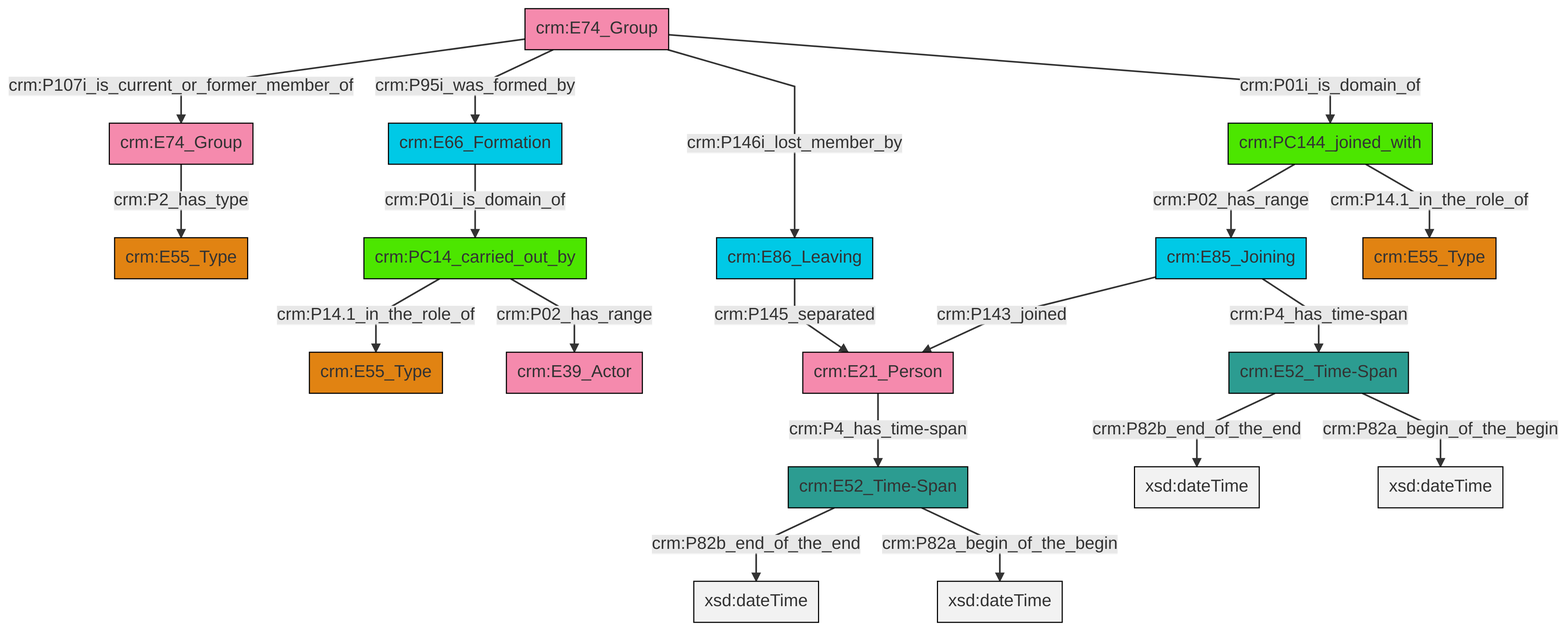
The Mermaid diagram et/groupCSV/ttl/mmd/png/group_actor_relations.png in swiss-art-research-net/reference-data-models, before a commit. Its source is kept beside it as et/groupCSV/ttl/mmd/group_actor_relations.ttl.mmd.
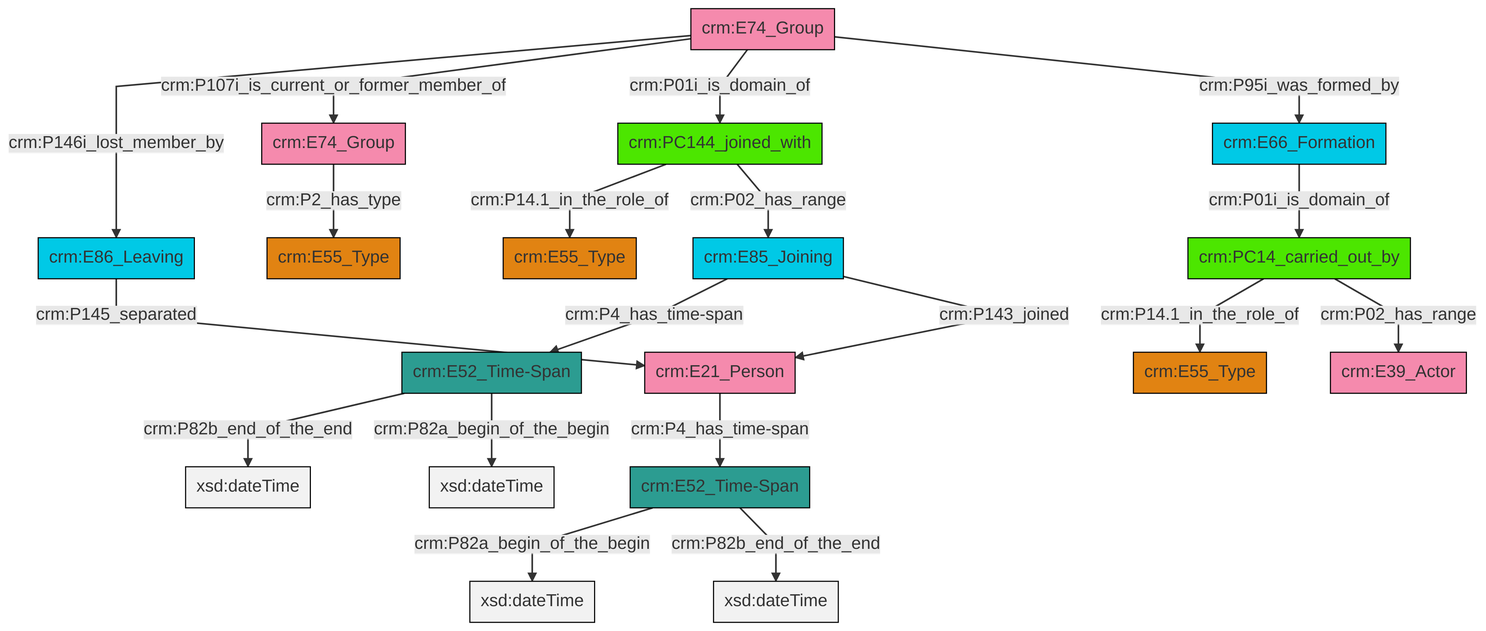
The same file after the commit.

The edit, as a diff of the source:
```diff
@@ -13,21 +13,21 @@
 classDef PC_Classes fill:#4ce600, stroke:#000000;
 classDef Multi fill:#cccccc,stroke:#000000;
 
-0["crm:E74_Group"]:::Actor -->|crm:P107i_is_current_or_former_member_of| 1["crm:E74_Group"]:::Actor
-2["crm:E85_Joining"]:::Temporal_Entity -->|crm:P143_joined| 3["crm:E21_Person"]:::Actor
-4["crm:PC144_joined_with"]:::PC_Classes -->|crm:P02_has_range| 2["crm:E85_Joining"]:::Temporal_Entity
-0["crm:E74_Group"]:::Actor -->|crm:P95i_was_formed_by| 5["crm:E66_Formation"]:::Temporal_Entity
-6["crm:PC14_carried_out_by"]:::PC_Classes -->|crm:P14.1_in_the_role_of| 7["crm:E55_Type"]:::Type
-0["crm:E74_Group"]:::Actor -->|crm:P146i_lost_member_by| 8["crm:E86_Leaving"]:::Temporal_Entity
-9["crm:E52_Time-Span"]:::Time-Span -->|crm:P82b_end_of_the_end| 10[xsd:dateTime]:::Literal
-8["crm:E86_Leaving"]:::Temporal_Entity -->|crm:P145_separated| 3["crm:E21_Person"]:::Actor
-3["crm:E21_Person"]:::Actor -->|crm:P4_has_time-span| 14["crm:E52_Time-Span"]:::Time-Span
-14["crm:E52_Time-Span"]:::Time-Span -->|crm:P82b_end_of_the_end| 16[xsd:dateTime]:::Literal
-0["crm:E74_Group"]:::Actor -->|crm:P01i_is_domain_of| 4["crm:PC144_joined_with"]:::PC_Classes
-1["crm:E74_Group"]:::Actor -->|crm:P2_has_type| 17["crm:E55_Type"]:::Type
-6["crm:PC14_carried_out_by"]:::PC_Classes -->|crm:P02_has_range| 19["crm:E39_Actor"]:::Actor
-5["crm:E66_Formation"]:::Temporal_Entity -->|crm:P01i_is_domain_of| 6["crm:PC14_carried_out_by"]:::PC_Classes
-9["crm:E52_Time-Span"]:::Time-Span -->|crm:P82a_begin_of_the_begin| 22[xsd:dateTime]:::Literal
-14["crm:E52_Time-Span"]:::Time-Span -->|crm:P82a_begin_of_the_begin| 25[xsd:dateTime]:::Literal
-2["crm:E85_Joining"]:::Temporal_Entity -->|crm:P4_has_time-span| 9["crm:E52_Time-Span"]:::Time-Span
-4["crm:PC144_joined_with"]:::PC_Classes -->|crm:P14.1_in_the_role_of| 23["crm:E55_Type"]:::Type
+6["crm:PC14_carried_out_by"]:::PC_Classes -->|crm:P14.1_in_the_role_of| 4["crm:E55_Type"]:::Type
+9["crm:E66_Formation"]:::Temporal_Entity -->|crm:P01i_is_domain_of| 6["crm:PC14_carried_out_by"]:::PC_Classes
+14["crm:PC144_joined_with"]:::PC_Classes -->|crm:P14.1_in_the_role_of| 2["crm:E55_Type"]:::Type
+15["crm:E74_Group"]:::Actor -->|crm:P146i_lost_member_by| 16["crm:E86_Leaving"]:::Temporal_Entity
+0["crm:E52_Time-Span"]:::Time-Span -->|crm:P82b_end_of_the_end| 19[xsd:dateTime]:::Literal
+0["crm:E52_Time-Span"]:::Time-Span -->|crm:P82a_begin_of_the_begin| 20[xsd:dateTime]:::Literal
+21["crm:E21_Person"]:::Actor -->|crm:P4_has_time-span| 10["crm:E52_Time-Span"]:::Time-Span
+7["crm:E85_Joining"]:::Temporal_Entity -->|crm:P4_has_time-span| 0["crm:E52_Time-Span"]:::Time-Span
+6["crm:PC14_carried_out_by"]:::PC_Classes -->|crm:P02_has_range| 12["crm:E39_Actor"]:::Actor
+7["crm:E85_Joining"]:::Temporal_Entity -->|crm:P143_joined| 21["crm:E21_Person"]:::Actor
+10["crm:E52_Time-Span"]:::Time-Span -->|crm:P82a_begin_of_the_begin| 29[xsd:dateTime]:::Literal
+15["crm:E74_Group"]:::Actor -->|crm:P107i_is_current_or_former_member_of| 17["crm:E74_Group"]:::Actor
+10["crm:E52_Time-Span"]:::Time-Span -->|crm:P82b_end_of_the_end| 32[xsd:dateTime]:::Literal
+15["crm:E74_Group"]:::Actor -->|crm:P01i_is_domain_of| 14["crm:PC144_joined_with"]:::PC_Classes
+16["crm:E86_Leaving"]:::Temporal_Entity -->|crm:P145_separated| 21["crm:E21_Person"]:::Actor
+17["crm:E74_Group"]:::Actor -->|crm:P2_has_type| 24["crm:E55_Type"]:::Type
+15["crm:E74_Group"]:::Actor -->|crm:P95i_was_formed_by| 9["crm:E66_Formation"]:::Temporal_Entity
+14["crm:PC144_joined_with"]:::PC_Classes -->|crm:P02_has_range| 7["crm:E85_Joining"]:::Temporal_Entity
```
